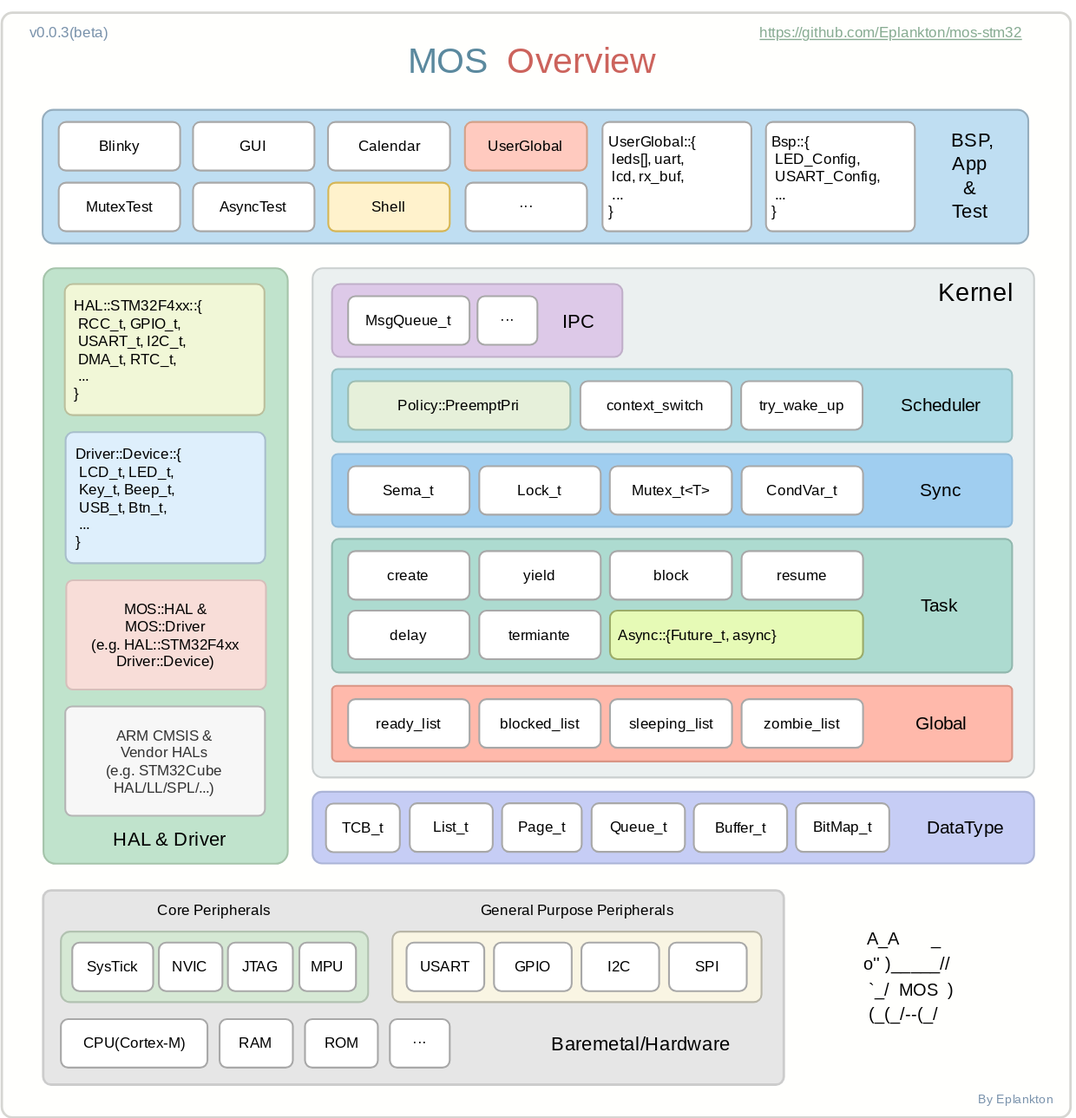
Before: Pic/mos-arch.svg, a diagram exported from draw.io (Eplankton/mos-stm32). Source tidied: cells renumbered, new cells last; positions are measured from the earlier drawing's top-left corner, leaving out a move shared by most shapes.
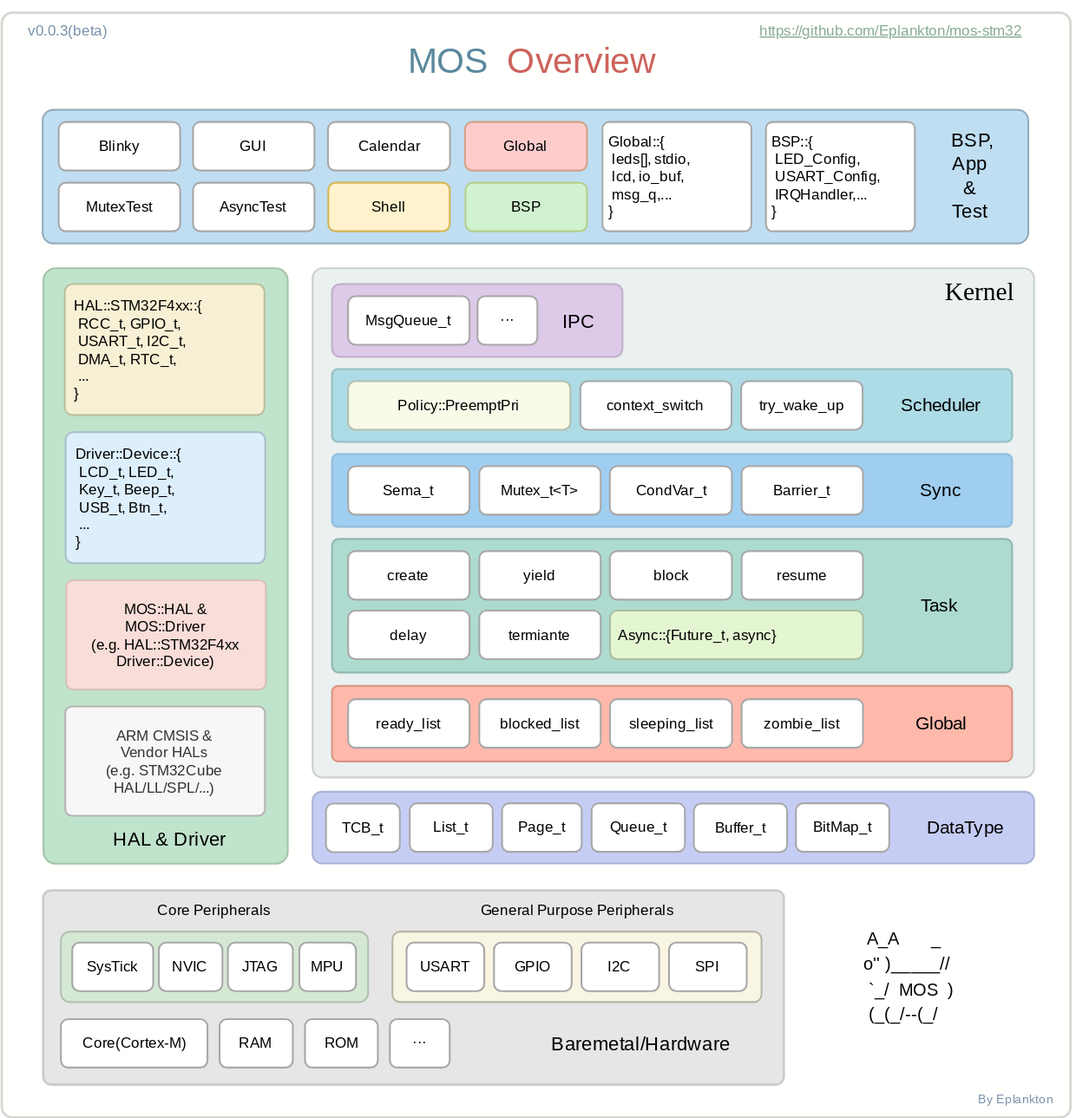
The same diagram one commit later.

Diff of the diagram source:
```diff
@@ -28,3 +28,3 @@
     </mxCell>
-    <mxCell id="10" style="rounded=1;whiteSpace=wrap;html=1;arcSize=6;fillColor=#FFB9AB;strokeColor=#D99585;strokeWidth=1.5;" parent="1" vertex="1">
+    <mxCell id="10" style="rounded=1;whiteSpace=wrap;html=1;arcSize=8;fillColor=#FFB9AB;strokeColor=#D99585;strokeWidth=1.5;" parent="1" vertex="1">
       <mxGeometry x="271.9" y="564.5" width="560" height="62.2" as="geometry" />
@@ -73,9 +73,9 @@
     </mxCell>
-    <mxCell id="25" value="&lt;font face=&quot;JetBrains Mono&quot;&gt;Lock_t&lt;/font&gt;" style="rounded=1;whiteSpace=wrap;html=1;strokeColor=#A8A8A8;fontStyle=0;strokeWidth=1.5;" parent="1" vertex="1">
+    <mxCell id="25" value="&lt;div&gt;&lt;font face=&quot;JetBrains Mono&quot;&gt;Mutex_t&amp;lt;T&amp;gt;&lt;/font&gt;&lt;/div&gt;" style="rounded=1;whiteSpace=wrap;html=1;strokeColor=#A8A8A8;fontStyle=0;strokeWidth=1.5;" parent="1" vertex="1">
       <mxGeometry x="393.1" y="383.5" width="100" height="40" as="geometry" />
     </mxCell>
-    <mxCell id="26" value="&lt;div&gt;&lt;font face=&quot;JetBrains Mono&quot;&gt;Mutex_t&amp;lt;T&amp;gt;&lt;/font&gt;&lt;/div&gt;" style="rounded=1;whiteSpace=wrap;html=1;strokeColor=#A8A8A8;fontStyle=0;strokeWidth=1.5;" parent="1" vertex="1">
+    <mxCell id="26" value="&lt;div&gt;&lt;font face=&quot;JetBrains Mono&quot;&gt;CondVar_t&lt;/font&gt;&lt;/div&gt;" style="rounded=1;whiteSpace=wrap;html=1;strokeColor=#A8A8A8;fontStyle=0;strokeWidth=1.5;" parent="1" vertex="1">
       <mxGeometry x="500.6" y="383.5" width="100.5" height="40" as="geometry" />
     </mxCell>
-    <mxCell id="27" value="&lt;div&gt;&lt;font face=&quot;JetBrains Mono&quot;&gt;CondVar_t&lt;/font&gt;&lt;/div&gt;" style="rounded=1;whiteSpace=wrap;html=1;align=center;verticalAlign=middle;fontStyle=0;strokeColor=#A8A8A8;strokeWidth=1.5;" parent="1" vertex="1">
+    <mxCell id="27" value="&lt;div align=&quot;center&quot;&gt;&lt;font face=&quot;JetBrains Mono&quot;&gt;Barrier_t&lt;/font&gt;&lt;/div&gt;" style="rounded=1;whiteSpace=wrap;html=1;align=center;verticalAlign=middle;fontStyle=0;strokeColor=#A8A8A8;strokeWidth=1.5;" parent="1" vertex="1">
       <mxGeometry x="609.1" y="383.5" width="100" height="40" as="geometry" />
@@ -88,3 +88,3 @@
     </mxCell>
-    <mxCell id="30" value="&lt;div align=&quot;left&quot;&gt;&lt;font face=&quot;JetBrains Mono&quot;&gt;&amp;nbsp; Async::{Future_t, async}&lt;/font&gt;&lt;/div&gt;" style="rounded=1;whiteSpace=wrap;html=1;strokeColor=#9BAB69;align=left;fillColor=#E6FAB6;strokeWidth=1.5;" parent="1" vertex="1">
+    <mxCell id="30" value="&lt;div align=&quot;left&quot;&gt;&lt;font face=&quot;JetBrains Mono&quot;&gt;&amp;nbsp; Async::{Future_t, async}&lt;/font&gt;&lt;/div&gt;" style="rounded=1;whiteSpace=wrap;html=1;strokeColor=#A9BD9F;align=left;fillColor=#E4F5D2;strokeWidth=1.5;" parent="1" vertex="1">
       <mxGeometry x="500.8" y="502.5" width="208.4" height="40" as="geometry" />
@@ -100,3 +100,3 @@
     </mxCell>
-    <mxCell id="34" value="&lt;font face=&quot;JetBrains Mono&quot;&gt;Policy::PreemptPri&lt;/font&gt;" style="rounded=1;whiteSpace=wrap;html=1;fontStyle=0;strokeWidth=1.5;rotation=0;fillColor=#E6F0DA;strokeColor=#9DBDB2;" parent="1" vertex="1">
+    <mxCell id="34" value="&lt;font face=&quot;JetBrains Mono&quot;&gt;Policy::PreemptPri&lt;/font&gt;" style="rounded=1;whiteSpace=wrap;html=1;fontStyle=0;strokeWidth=1.5;rotation=0;fillColor=#FAFAE8;strokeColor=#B5BFAE;" parent="1" vertex="1">
       <mxGeometry x="285.1" y="313.5" width="183" height="40" as="geometry" />
@@ -124,3 +124,3 @@
     </mxCell>
-    <mxCell id="42" value="&lt;div&gt;&lt;font face=&quot;JetBrains Mono&quot;&gt;CPU(Cortex-M)&lt;/font&gt;&lt;/div&gt;" style="rounded=1;whiteSpace=wrap;html=1;strokeColor=#A8A8A8;fontStyle=0;strokeWidth=1.5;" parent="1" vertex="1">
+    <mxCell id="42" value="&lt;div&gt;&lt;font face=&quot;JetBrains Mono&quot;&gt;Core(Cortex-M)&lt;/font&gt;&lt;/div&gt;" style="rounded=1;whiteSpace=wrap;html=1;strokeColor=#A8A8A8;fontStyle=0;strokeWidth=1.5;" parent="1" vertex="1">
       <mxGeometry x="48.6" y="839" width="120.7" height="40" as="geometry" />
@@ -160,3 +160,3 @@
     </mxCell>
-    <mxCell id="54" value="&lt;font face=&quot;JetBrains Mono&quot;&gt;UserGlobal&lt;/font&gt;" style="rounded=1;whiteSpace=wrap;html=1;strokeColor=#D4A188;fillColor=#FFCABF;fillStyle=auto;strokeWidth=1.5;" parent="1" vertex="1">
+    <mxCell id="54" value="&lt;font face=&quot;JetBrains Mono&quot;&gt;Global&lt;/font&gt;" style="rounded=1;whiteSpace=wrap;html=1;strokeColor=#D4A188;fillColor=#FFCCCC;fillStyle=auto;strokeWidth=1.5;" parent="1" vertex="1">
       <mxGeometry x="381.3" y="100" width="100.5" height="40" as="geometry" />
@@ -169,4 +169,4 @@
     </mxCell>
-    <mxCell id="57" value="&lt;font face=&quot;Fira Code&quot;&gt;&lt;font style=&quot;font-size: 21px;&quot;&gt;Kernel&lt;/font&gt;&lt;/font&gt;" style="text;html=1;align=center;verticalAlign=middle;strokeColor=none;fillColor=none;rounded=0;horizontal=1;fontStyle=0;fontFamily=JetBrains Mono;fontSource=https%3A%2F%2Ffonts.googleapis.com%2Fcss%3Ffamily%3DJetBrains%2BMono;strokeWidth=1.5;" parent="1" vertex="1">
-      <mxGeometry x="751.8" y="220" width="100" height="40" as="geometry" />
+    <mxCell id="57" value="&lt;font face=&quot;Cascadia Code&quot; style=&quot;font-size: 21px;&quot;&gt;Kernel&lt;/font&gt;" style="text;html=1;align=center;verticalAlign=middle;strokeColor=none;fillColor=none;rounded=0;horizontal=1;fontStyle=0;fontFamily=JetBrains Mono;fontSource=https%3A%2F%2Ffonts.googleapis.com%2Fcss%3Ffamily%3DJetBrains%2BMono;strokeWidth=1.5;" parent="1" vertex="1">
+      <mxGeometry x="754.8" y="220" width="100" height="40" as="geometry" />
     </mxCell>
@@ -196,3 +196,3 @@
     </mxCell>
-    <mxCell id="66" value="&lt;font face=&quot;JetBrains Mono&quot;&gt;···&lt;/font&gt;" style="rounded=1;whiteSpace=wrap;html=1;align=center;verticalAlign=middle;fontStyle=0;strokeColor=#A8A8A8;strokeWidth=1.5;" parent="1" vertex="1">
+    <mxCell id="66" value="&lt;font face=&quot;JetBrains Mono&quot;&gt;BSP&lt;/font&gt;" style="rounded=1;whiteSpace=wrap;html=1;align=center;verticalAlign=middle;fontStyle=0;strokeColor=#B6CF8C;strokeWidth=1.5;fillColor=#D0F2D0;" parent="1" vertex="1">
       <mxGeometry x="381.8" y="150" width="100" height="40" as="geometry" />
@@ -205,3 +205,3 @@
     </mxCell>
-    <mxCell id="69" value="&lt;div&gt;&lt;font face=&quot;JetBrains Mono&quot;&gt;&amp;nbsp; HAL::STM32F4xx::{&lt;/font&gt;&lt;/div&gt;&lt;div&gt;&lt;font face=&quot;JetBrains Mono&quot;&gt;&amp;nbsp;&amp;nbsp; &lt;/font&gt;&lt;font face=&quot;JetBrains Mono&quot;&gt;RCC_t, &lt;/font&gt;&lt;font face=&quot;JetBrains Mono&quot;&gt;GPIO_t,&amp;nbsp;&lt;/font&gt;&lt;/div&gt;&lt;div&gt;&lt;font face=&quot;JetBrains Mono&quot;&gt;&amp;nbsp;&amp;nbsp; USART_t, I2C_t,&lt;/font&gt;&lt;/div&gt;&lt;div&gt;&lt;font face=&quot;JetBrains Mono&quot;&gt;&amp;nbsp;&amp;nbsp; DMA_t, RTC_t,&lt;/font&gt;&lt;/div&gt;&lt;div&gt;&lt;font face=&quot;JetBrains Mono&quot;&gt;&amp;nbsp;&amp;nbsp; ...&lt;br&gt;&lt;/font&gt;&lt;/div&gt;&lt;div&gt;&lt;font face=&quot;JetBrains Mono&quot;&gt;&amp;nbsp; }&lt;/font&gt;&lt;/div&gt;" style="rounded=1;whiteSpace=wrap;html=1;strokeColor=#BBBF9C;align=left;arcSize=6;fillColor=#F1F7D7;strokeWidth=1.5;" parent="1" vertex="1">
+    <mxCell id="69" value="&lt;div&gt;&lt;font face=&quot;JetBrains Mono&quot;&gt;&amp;nbsp; HAL::STM32F4xx::{&lt;/font&gt;&lt;/div&gt;&lt;div&gt;&lt;font face=&quot;JetBrains Mono&quot;&gt;&amp;nbsp;&amp;nbsp; &lt;/font&gt;&lt;font face=&quot;JetBrains Mono&quot;&gt;RCC_t, &lt;/font&gt;&lt;font face=&quot;JetBrains Mono&quot;&gt;GPIO_t,&amp;nbsp;&lt;/font&gt;&lt;/div&gt;&lt;div&gt;&lt;font face=&quot;JetBrains Mono&quot;&gt;&amp;nbsp;&amp;nbsp; USART_t, I2C_t,&lt;/font&gt;&lt;/div&gt;&lt;div&gt;&lt;font face=&quot;JetBrains Mono&quot;&gt;&amp;nbsp;&amp;nbsp; DMA_t, RTC_t,&lt;/font&gt;&lt;/div&gt;&lt;div&gt;&lt;font face=&quot;JetBrains Mono&quot;&gt;&amp;nbsp;&amp;nbsp; ...&lt;br&gt;&lt;/font&gt;&lt;/div&gt;&lt;div&gt;&lt;font face=&quot;JetBrains Mono&quot;&gt;&amp;nbsp; }&lt;/font&gt;&lt;/div&gt;" style="rounded=1;whiteSpace=wrap;html=1;strokeColor=#BBBF9C;align=left;arcSize=6;fillColor=#F7F0D4;strokeWidth=1.5;" parent="1" vertex="1">
       <mxGeometry x="51.9" y="233.5" width="164.4" height="108" as="geometry" />
@@ -214,6 +214,6 @@
     </mxCell>
-    <mxCell id="72" value="&lt;div align=&quot;left&quot;&gt;&lt;font face=&quot;JetBrains Mono&quot;&gt;&lt;br&gt;&lt;/font&gt;&lt;/div&gt;&lt;div align=&quot;left&quot;&gt;&lt;font face=&quot;JetBrains Mono&quot;&gt;&amp;nbsp;UserGlobal::{&lt;/font&gt;&lt;/div&gt;&lt;div align=&quot;left&quot;&gt;&lt;font face=&quot;JetBrains Mono&quot;&gt;&amp;nbsp; leds[], uart,&lt;/font&gt;&lt;/div&gt;&lt;div align=&quot;left&quot;&gt;&lt;font face=&quot;JetBrains Mono&quot;&gt;&amp;nbsp; lcd, rx_buf,&lt;/font&gt;&lt;/div&gt;&lt;div align=&quot;left&quot;&gt;&lt;font face=&quot;JetBrains Mono&quot;&gt;&amp;nbsp; ...&lt;br&gt;&lt;/font&gt;&lt;/div&gt;&lt;div align=&quot;left&quot;&gt;&lt;font face=&quot;JetBrains Mono&quot;&gt;&amp;nbsp;}&lt;/font&gt;&lt;/div&gt;&lt;div align=&quot;left&quot;&gt;&lt;font face=&quot;JetBrains Mono&quot;&gt;&lt;br&gt;&lt;/font&gt;&lt;/div&gt;" style="rounded=1;whiteSpace=wrap;html=1;arcSize=6;align=left;strokeWidth=1.5;fillColor=default;strokeColor=#A8A8A8;" parent="1" vertex="1">
+    <mxCell id="72" value="&lt;div align=&quot;left&quot;&gt;&lt;font face=&quot;JetBrains Mono&quot;&gt;&lt;br&gt;&lt;/font&gt;&lt;/div&gt;&lt;div align=&quot;left&quot;&gt;&lt;font face=&quot;JetBrains Mono&quot;&gt;&amp;nbsp;Global::{&lt;/font&gt;&lt;/div&gt;&lt;div align=&quot;left&quot;&gt;&lt;font face=&quot;JetBrains Mono&quot;&gt;&amp;nbsp; leds[], stdio,&lt;/font&gt;&lt;/div&gt;&lt;div align=&quot;left&quot;&gt;&lt;font face=&quot;JetBrains Mono&quot;&gt;&amp;nbsp; lcd, io_buf,&lt;/font&gt;&lt;/div&gt;&lt;div align=&quot;left&quot;&gt;&lt;font face=&quot;JetBrains Mono&quot;&gt;&amp;nbsp; msg_q,...&lt;br&gt;&lt;/font&gt;&lt;/div&gt;&lt;div align=&quot;left&quot;&gt;&lt;font face=&quot;JetBrains Mono&quot;&gt;&amp;nbsp;}&lt;/font&gt;&lt;/div&gt;&lt;div align=&quot;left&quot;&gt;&lt;font face=&quot;JetBrains Mono&quot;&gt;&lt;br&gt;&lt;/font&gt;&lt;/div&gt;" style="rounded=1;whiteSpace=wrap;html=1;arcSize=6;align=left;strokeWidth=1.5;fillColor=default;strokeColor=#A8A8A8;" parent="1" vertex="1">
       <mxGeometry x="494.6" y="100" width="122.6" height="90" as="geometry" />
     </mxCell>
-    <mxCell id="73" value="&lt;div align=&quot;left&quot;&gt;&lt;font face=&quot;JetBrains Mono&quot;&gt;&lt;br&gt;&lt;/font&gt;&lt;/div&gt;&lt;div align=&quot;left&quot;&gt;&lt;font face=&quot;JetBrains Mono&quot;&gt;&amp;nbsp;Bsp::{&lt;/font&gt;&lt;/div&gt;&lt;div align=&quot;left&quot;&gt;&lt;font face=&quot;JetBrains Mono&quot;&gt;&amp;nbsp; LED_Config,&lt;/font&gt;&lt;/div&gt;&lt;div align=&quot;left&quot;&gt;&lt;font face=&quot;JetBrains Mono&quot;&gt;&amp;nbsp; USART_Config,&lt;/font&gt;&lt;/div&gt;&lt;div align=&quot;left&quot;&gt;&lt;font face=&quot;JetBrains Mono&quot;&gt;&amp;nbsp; ...&lt;br&gt;&lt;/font&gt;&lt;/div&gt;&lt;div align=&quot;left&quot;&gt;&lt;font face=&quot;JetBrains Mono&quot;&gt;&amp;nbsp;}&lt;/font&gt;&lt;/div&gt;&lt;div align=&quot;left&quot;&gt;&lt;font face=&quot;JetBrains Mono&quot;&gt;&lt;br&gt;&lt;/font&gt;&lt;/div&gt;" style="rounded=1;whiteSpace=wrap;html=1;strokeColor=#A8A8A8;fillColor=default;arcSize=6;align=left;strokeWidth=1.5;" parent="1" vertex="1">
+    <mxCell id="73" value="&lt;div align=&quot;left&quot;&gt;&lt;font face=&quot;JetBrains Mono&quot;&gt;&lt;br&gt;&lt;/font&gt;&lt;/div&gt;&lt;div align=&quot;left&quot;&gt;&lt;font face=&quot;JetBrains Mono&quot;&gt;&amp;nbsp;BSP::{&lt;/font&gt;&lt;/div&gt;&lt;div align=&quot;left&quot;&gt;&lt;font face=&quot;JetBrains Mono&quot;&gt;&amp;nbsp; LED_Config,&lt;/font&gt;&lt;/div&gt;&lt;div align=&quot;left&quot;&gt;&lt;font face=&quot;JetBrains Mono&quot;&gt;&amp;nbsp; USART_Config,&lt;/font&gt;&lt;/div&gt;&lt;div align=&quot;left&quot;&gt;&lt;font face=&quot;JetBrains Mono&quot;&gt;&amp;nbsp; IRQHandler,...&lt;br&gt;&lt;/font&gt;&lt;/div&gt;&lt;div align=&quot;left&quot;&gt;&lt;font face=&quot;JetBrains Mono&quot;&gt;&amp;nbsp;}&lt;/font&gt;&lt;/div&gt;&lt;div align=&quot;left&quot;&gt;&lt;font face=&quot;JetBrains Mono&quot;&gt;&lt;br&gt;&lt;/font&gt;&lt;/div&gt;" style="rounded=1;whiteSpace=wrap;html=1;strokeColor=#A8A8A8;fillColor=default;arcSize=6;align=left;strokeWidth=1.5;" parent="1" vertex="1">
       <mxGeometry x="629.2" y="100" width="122.6" height="90" as="geometry" />
@@ -221,3 +221,3 @@
     <mxCell id="74" value="&lt;font color=&quot;#7992ab&quot; face=&quot;JetBrains Mono&quot;&gt;v0.0.3(beta)&lt;/font&gt;" style="text;html=1;align=center;verticalAlign=middle;strokeColor=none;fillColor=none;fontColor=#8CABAB;" parent="1" vertex="1">
-      <mxGeometry y="12" width="110" height="30" as="geometry" />
+      <mxGeometry x="-1" y="10" width="110" height="30" as="geometry" />
     </mxCell>
@@ -242,3 +242,3 @@
     <mxCell id="81" value="&lt;font color=&quot;#87ab92&quot;&gt;&lt;u&gt;&lt;font face=&quot;JetBrains Mono&quot;&gt;https://github.com/Eplankton/mos-stm32&lt;/font&gt;&lt;/u&gt;&lt;/font&gt;" style="text;html=1;align=center;verticalAlign=middle;strokeColor=none;fillColor=none;fontColor=#8CABAB;" parent="1" vertex="1">
-      <mxGeometry x="582" y="12" width="300" height="30" as="geometry" />
+      <mxGeometry x="582" y="10" width="300" height="30" as="geometry" />
     </mxCell>
```
